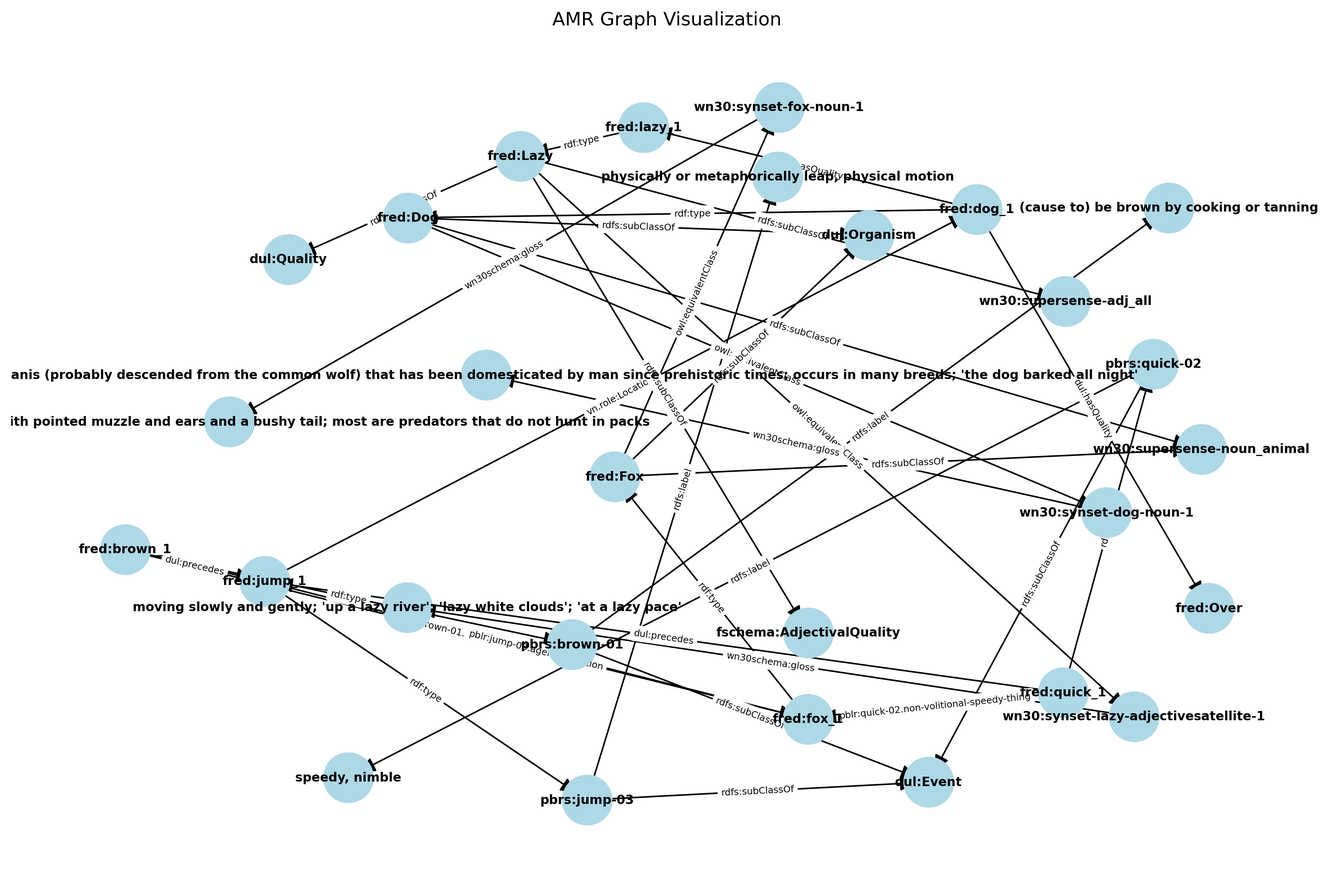
This is examples/check.png from infovillasimius/py_amr2fred, a Graphviz export, as it was before one commit. Its source is kept beside it as examples/check.dot.
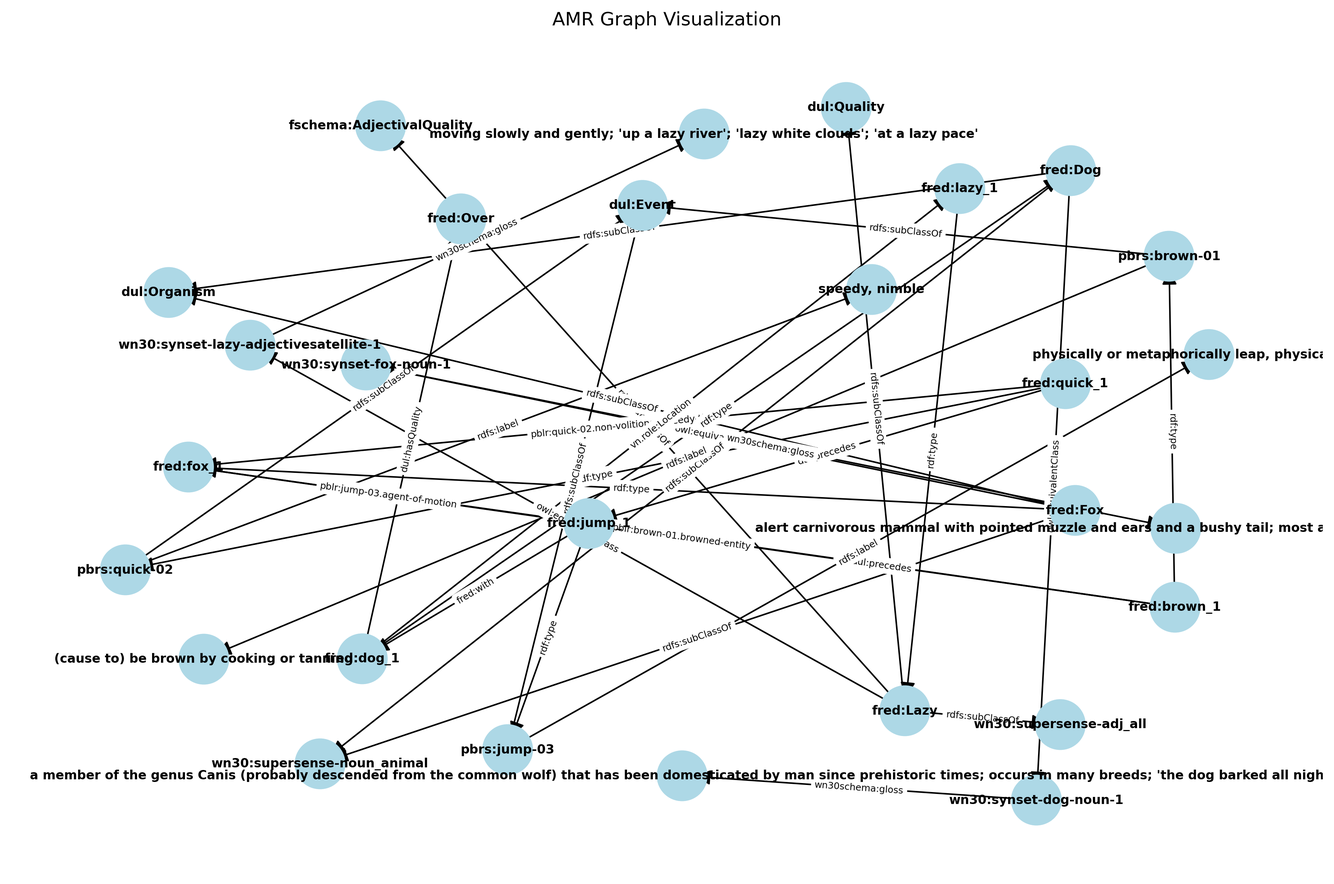
The same file after the commit.

Change to the diagram source:
```diff
@@ -1,102 +1,100 @@
-digraph {
- charset="utf-8"
+digraph {\n charset="utf-8" \n"fred:Lazy" [label="fred:Lazy", shape=box, color="0.5 0.3 0.5"];
+"wn30:supersense-adj_all" [label="wn30:supersense-adj_all", shape=box, color="1.0 0.3 0.7"];
+"fred:Lazy" -> "wn30:supersense-adj_all" [label="rdfs:subClassOf"];
+"fred:fox_1" [label="fred:fox_1", shape=box, color="0.5 0.3 0.5"];
+"fred:Fox" [label="fred:Fox", shape=box, color="0.5 0.3 0.5"];
+"fred:fox_1" -> "fred:Fox" [label="rdf:type"];
+"fred:jump_1" [label="fred:jump_1", shape=box, color="0.5 0.3 0.5"];
+"fred:fox_1" [label="fred:fox_1", shape=box, color="0.5 0.3 0.5"];
+"fred:jump_1" -> "fred:fox_1" [label="pblr:jump-03.agent-of-motion"];
+"fred:quick_1" [label="fred:quick_1", shape=box, color="0.5 0.3 0.5"];
+"fred:fox_1" [label="fred:fox_1", shape=box, color="0.5 0.3 0.5"];
+"fred:quick_1" -> "fred:fox_1" [label="pblr:quick-02.non-volitional-speedy-thing"];
+"fred:Fox" [label="fred:Fox", shape=box, color="0.5 0.3 0.5"];
+"wn30:supersense-noun_animal" [label="wn30:supersense-noun_animal", shape=box, color="1.0 0.3 0.7"];
+"fred:Fox" -> "wn30:supersense-noun_animal" [label="rdfs:subClassOf"];
+"fred:Dog" [label="fred:Dog", shape=box, color="0.5 0.3 0.5"];
+"dul:Organism" [label="dul:Organism", shape=box, color="1.0 0.3 0.7"];
+"fred:Dog" -> "dul:Organism" [label="rdfs:subClassOf"];
 "fred:dog_1" [label="fred:dog_1", shape=box, color="0.5 0.3 0.5"];
 "fred:Over" [label="fred:Over", shape=box, color="0.5 0.3 0.5"];
 "fred:dog_1" -> "fred:Over" [label="dul:hasQuality"];
+"wn30:synset-lazy-adjectivesatellite-1" [label="wn30:synset-lazy-adjectivesatellite-1", shape=box, color="1.0 0.3 0.7"];
+"moving slowly and gently; 'up a lazy river'; 'lazy white clouds'; 'at a lazy pace'" [label="moving slowly and gently; 'up a lazy river'; 'lazy white clouds'; 'at a lazy pace'", shape=box, color="1.0 0.3 0.7"];
+"wn30:synset-lazy-adjectivesatellite-1" -> "moving slowly and gently; 'up a lazy river'; 'lazy white clouds'; 'at a lazy pace'" [label="wn30schema:gloss"];
+"fred:Lazy" [label="fred:Lazy", shape=box, color="0.5 0.3 0.5"];
+"wn30:synset-lazy-adjectivesatellite-1" [label="wn30:synset-lazy-adjectivesatellite-1", shape=box, color="1.0 0.3 0.7"];
+"fred:Lazy" -> "wn30:synset-lazy-adjectivesatellite-1" [label="owl:equivalentClass"];
+"pbrs:quick-02" [label="pbrs:quick-02", shape=box, color="1.0 0.3 0.7"];
+"speedy, nimble" [label="speedy, nimble", shape=box, color="1.0 0.3 0.7"];
+"pbrs:quick-02" -> "speedy, nimble" [label="rdfs:label"];
+"fred:Lazy" [label="fred:Lazy", shape=box, color="0.5 0.3 0.5"];
+"dul:Quality" [label="dul:Quality", shape=box, color="1.0 0.3 0.7"];
+"fred:Lazy" -> "dul:Quality" [label="rdfs:subClassOf"];
+"pbrs:brown-01" [label="pbrs:brown-01", shape=box, color="1.0 0.3 0.7"];
+"(cause to) be brown by cooking or tanning" [label="(cause to) be brown by cooking or tanning", shape=box, color="1.0 0.3 0.7"];
+"pbrs:brown-01" -> "(cause to) be brown by cooking or tanning" [label="rdfs:label"];
+"wn30:synset-fox-noun-1" [label="wn30:synset-fox-noun-1", shape=box, color="1.0 0.3 0.7"];
+"alert carnivorous mammal with pointed muzzle and ears and a bushy tail; most are predators that do not hunt in packs" [label="alert carnivorous mammal with pointed muzzle and ears and a bushy tail; most are predators that do not hunt in packs", shape=box, color="1.0 0.3 0.7"];
+"wn30:synset-fox-noun-1" -> "alert carnivorous mammal with pointed muzzle and ears and a bushy tail; most are predators that do not hunt in packs" [label="wn30schema:gloss"];
+"fred:brown_1" [label="fred:brown_1", shape=box, color="0.5 0.3 0.5"];
+"fred:jump_1" [label="fred:jump_1", shape=box, color="0.5 0.3 0.5"];
+"fred:brown_1" -> "fred:jump_1" [label="dul:precedes"];
+"fred:jump_1" [label="fred:jump_1", shape=box, color="0.5 0.3 0.5"];
+"fred:dog_1" [label="fred:dog_1", shape=box, color="0.5 0.3 0.5"];
+"fred:jump_1" -> "fred:dog_1" [label="fred:with"];
+"pbrs:quick-02" [label="pbrs:quick-02", shape=box, color="1.0 0.3 0.7"];
+"dul:Event" [label="dul:Event", shape=box, color="1.0 0.3 0.7"];
+"pbrs:quick-02" -> "dul:Event" [label="rdfs:subClassOf"];
+"fred:dog_1" [label="fred:dog_1", shape=box, color="0.5 0.3 0.5"];
+"fred:Dog" [label="fred:Dog", shape=box, color="0.5 0.3 0.5"];
+"fred:dog_1" -> "fred:Dog" [label="rdf:type"];
+"wn30:synset-dog-noun-1" [label="wn30:synset-dog-noun-1", shape=box, color="1.0 0.3 0.7"];
+"a member of the genus Canis (probably descended from the common wolf) that has been domesticated by man since prehistoric times; occurs in many breeds; 'the dog barked all night'" [label="a member of the genus Canis (probably descended from the common wolf) that has been domesticated by man since prehistoric times; occurs in many breeds; 'the dog barked all night'", shape=box, color="1.0 0.3 0.7"];
+"wn30:synset-dog-noun-1" -> "a member of the genus Canis (probably descended from the common wolf) that has been domesticated by man since prehistoric times; occurs in many breeds; 'the dog barked all night'" [label="wn30schema:gloss"];
 "fred:brown_1" [label="fred:brown_1", shape=box, color="0.5 0.3 0.5"];
 "pbrs:brown-01" [label="pbrs:brown-01", shape=box, color="1.0 0.3 0.7"];
 "fred:brown_1" -> "pbrs:brown-01" [label="rdf:type"];
+"fred:Fox" [label="fred:Fox", shape=box, color="0.5 0.3 0.5"];
+"dul:Organism" [label="dul:Organism", shape=box, color="1.0 0.3 0.7"];
+"fred:Fox" -> "dul:Organism" [label="rdfs:subClassOf"];
+"pbrs:brown-01" [label="pbrs:brown-01", shape=box, color="1.0 0.3 0.7"];
+"dul:Event" [label="dul:Event", shape=box, color="1.0 0.3 0.7"];
+"pbrs:brown-01" -> "dul:Event" [label="rdfs:subClassOf"];
+"fred:jump_1" [label="fred:jump_1", shape=box, color="0.5 0.3 0.5"];
+"pbrs:jump-03" [label="pbrs:jump-03", shape=box, color="1.0 0.3 0.7"];
+"fred:jump_1" -> "pbrs:jump-03" [label="rdf:type"];
+"fred:Dog" [label="fred:Dog", shape=box, color="0.5 0.3 0.5"];
+"wn30:supersense-noun_animal" [label="wn30:supersense-noun_animal", shape=box, color="1.0 0.3 0.7"];
+"fred:Dog" -> "wn30:supersense-noun_animal" [label="rdfs:subClassOf"];
+"fred:Lazy" [label="fred:Lazy", shape=box, color="0.5 0.3 0.5"];
+"fschema:AdjectivalQuality" [label="fschema:AdjectivalQuality", shape=box, color="1.0 0.3 0.7"];
+"fred:Lazy" -> "fschema:AdjectivalQuality" [label="rdfs:subClassOf"];
+"pbrs:jump-03" [label="pbrs:jump-03", shape=box, color="1.0 0.3 0.7"];
+"dul:Event" [label="dul:Event", shape=box, color="1.0 0.3 0.7"];
+"pbrs:jump-03" -> "dul:Event" [label="rdfs:subClassOf"];
 "fred:brown_1" [label="fred:brown_1", shape=box, color="0.5 0.3 0.5"];
 "fred:fox_1" [label="fred:fox_1", shape=box, color="0.5 0.3 0.5"];
 "fred:brown_1" -> "fred:fox_1" [label="pblr:brown-01.browned-entity"];
-"fred:Dog" [label="fred:Dog", shape=box, color="0.5 0.3 0.5"];
-"dul:Organism" [label="dul:Organism", shape=box, color="1.0 0.3 0.7"];
-"fred:Dog" -> "dul:Organism" [label="rdfs:subClassOf"];
-"pbrs:jump-03" [label="pbrs:jump-03", shape=box, color="1.0 0.3 0.7"];
-"physically or metaphorically leap, physical motion" [label="physically or metaphorically leap, physical motion", shape=box, color="1.0 0.3 0.7"];
-"pbrs:jump-03" -> "physically or metaphorically leap, physical motion" [label="rdfs:label"];
 "fred:dog_1" [label="fred:dog_1", shape=box, color="0.5 0.3 0.5"];
 "fred:lazy_1" [label="fred:lazy_1", shape=box, color="0.5 0.3 0.5"];
-"fred:dog_1" -> "fred:lazy_1" [label="dul:hasQuality"];
-"fred:jump_1" [label="fred:jump_1", shape=box, color="0.5 0.3 0.5"];
-"pbrs:jump-03" [label="pbrs:jump-03", shape=box, color="1.0 0.3 0.7"];
-"fred:jump_1" -> "pbrs:jump-03" [label="rdf:type"];
-"wn30:synset-fox-noun-1" [label="wn30:synset-fox-noun-1", shape=box, color="1.0 0.3 0.7"];
-"alert carnivorous mammal with pointed muzzle and ears and a bushy tail; most are predators that do not hunt in packs" [label="alert carnivorous mammal with pointed muzzle and ears and a bushy tail; most are predators that do not hunt in packs", shape=box, color="1.0 0.3 0.7"];
-"wn30:synset-fox-noun-1" -> "alert carnivorous mammal with pointed muzzle and ears and a bushy tail; most are predators that do not hunt in packs" [label="wn30schema:gloss"];
-"fred:Dog" [label="fred:Dog", shape=box, color="0.5 0.3 0.5"];
-"wn30:supersense-noun_animal" [label="wn30:supersense-noun_animal", shape=box, color="1.0 0.3 0.7"];
-"fred:Dog" -> "wn30:supersense-noun_animal" [label="rdfs:subClassOf"];
-"fred:Fox" [label="fred:Fox", shape=box, color="0.5 0.3 0.5"];
-"dul:Organism" [label="dul:Organism", shape=box, color="1.0 0.3 0.7"];
-"fred:Fox" -> "dul:Organism" [label="rdfs:subClassOf"];
-"fred:Lazy" [label="fred:Lazy", shape=box, color="0.5 0.3 0.5"];
-"wn30:supersense-adj_all" [label="wn30:supersense-adj_all", shape=box, color="1.0 0.3 0.7"];
-"fred:Lazy" -> "wn30:supersense-adj_all" [label="rdfs:subClassOf"];
-"pbrs:jump-03" [label="pbrs:jump-03", shape=box, color="1.0 0.3 0.7"];
-"dul:Event" [label="dul:Event", shape=box, color="1.0 0.3 0.7"];
-"pbrs:jump-03" -> "dul:Event" [label="rdfs:subClassOf"];
-"pbrs:quick-02" [label="pbrs:quick-02", shape=box, color="1.0 0.3 0.7"];
-"dul:Event" [label="dul:Event", shape=box, color="1.0 0.3 0.7"];
-"pbrs:quick-02" -> "dul:Event" [label="rdfs:subClassOf"];
-"fred:quick_1" [label="fred:quick_1", shape=box, color="0.5 0.3 0.5"];
-"fred:jump_1" [label="fred:jump_1", shape=box, color="0.5 0.3 0.5"];
-"fred:quick_1" -> "fred:jump_1" [label="dul:precedes"];
-"fred:Fox" [label="fred:Fox", shape=box, color="0.5 0.3 0.5"];
-"wn30:supersense-noun_animal" [label="wn30:supersense-noun_animal", shape=box, color="1.0 0.3 0.7"];
-"fred:Fox" -> "wn30:supersense-noun_animal" [label="rdfs:subClassOf"];
-"fred:Lazy" [label="fred:Lazy", shape=box, color="0.5 0.3 0.5"];
-"fschema:AdjectivalQuality" [label="fschema:AdjectivalQuality", shape=box, color="1.0 0.3 0.7"];
-"fred:Lazy" -> "fschema:AdjectivalQuality" [label="rdfs:subClassOf"];
+"fred:dog_1" -> "fred:lazy_1" [label="vn.role:Location"];
 "fred:Fox" [label="fred:Fox", shape=box, color="0.5 0.3 0.5"];
 "wn30:synset-fox-noun-1" [label="wn30:synset-fox-noun-1", shape=box, color="1.0 0.3 0.7"];
 "fred:Fox" -> "wn30:synset-fox-noun-1" [label="owl:equivalentClass"];
 "fred:Dog" [label="fred:Dog", shape=box, color="0.5 0.3 0.5"];
 "wn30:synset-dog-noun-1" [label="wn30:synset-dog-noun-1", shape=box, color="1.0 0.3 0.7"];
 "fred:Dog" -> "wn30:synset-dog-noun-1" [label="owl:equivalentClass"];
-"pbrs:brown-01" [label="pbrs:brown-01", shape=box, color="1.0 0.3 0.7"];
-"(cause to) be brown by cooking or tanning" [label="(cause to) be brown by cooking or tanning", shape=box, color="1.0 0.3 0.7"];
-"pbrs:brown-01" -> "(cause to) be brown by cooking or tanning" [label="rdfs:label"];
-"fred:fox_1" [label="fred:fox_1", shape=box, color="0.5 0.3 0.5"];
-"fred:Fox" [label="fred:Fox", shape=box, color="0.5 0.3 0.5"];
-"fred:fox_1" -> "fred:Fox" [label="rdf:type"];
+"pbrs:jump-03" [label="pbrs:jump-03", shape=box, color="1.0 0.3 0.7"];
+"physically or metaphorically leap, physical motion" [label="physically or metaphorically leap, physical motion", shape=box, color="1.0 0.3 0.7"];
+"pbrs:jump-03" -> "physically or metaphorically leap, physical motion" [label="rdfs:label"];
+"fred:lazy_1" [label="fred:lazy_1", shape=box, color="0.5 0.3 0.5"];
 "fred:Lazy" [label="fred:Lazy", shape=box, color="0.5 0.3 0.5"];
-"wn30:synset-lazy-adjectivesatellite-1" [label="wn30:synset-lazy-adjectivesatellite-1", shape=box, color="1.0 0.3 0.7"];
-"fred:Lazy" -> "wn30:synset-lazy-adjectivesatellite-1" [label="owl:equivalentClass"];
+"fred:lazy_1" -> "fred:Lazy" [label="rdf:type"];
+"fred:quick_1" [label="fred:quick_1", shape=box, color="0.5 0.3 0.5"];
+"fred:jump_1" [label="fred:jump_1", shape=box, color="0.5 0.3 0.5"];
+"fred:quick_1" -> "fred:jump_1" [label="dul:precedes"];
 "fred:quick_1" [label="fred:quick_1", shape=box, color="0.5 0.3 0.5"];
 "pbrs:quick-02" [label="pbrs:quick-02", shape=box, color="1.0 0.3 0.7"];
 "fred:quick_1" -> "pbrs:quick-02" [label="rdf:type"];
-"pbrs:brown-01" [label="pbrs:brown-01", shape=box, color="1.0 0.3 0.7"];
-"dul:Event" [label="dul:Event", shape=box, color="1.0 0.3 0.7"];
-"pbrs:brown-01" -> "dul:Event" [label="rdfs:subClassOf"];
-"fred:Lazy" [label="fred:Lazy", shape=box, color="0.5 0.3 0.5"];
-"dul:Quality" [label="dul:Quality", shape=box, color="1.0 0.3 0.7"];
-"fred:Lazy" -> "dul:Quality" [label="rdfs:subClassOf"];
-"fred:jump_1" [label="fred:jump_1", shape=box, color="0.5 0.3 0.5"];
-"fred:fox_1" [label="fred:fox_1", shape=box, color="0.5 0.3 0.5"];
-"fred:jump_1" -> "fred:fox_1" [label="pblr:jump-03.agent-of-motion"];
-"fred:quick_1" [label="fred:quick_1", shape=box, color="0.5 0.3 0.5"];
-"fred:fox_1" [label="fred:fox_1", shape=box, color="0.5 0.3 0.5"];
-"fred:quick_1" -> "fred:fox_1" [label="pblr:quick-02.non-volitional-speedy-thing"];
-"fred:dog_1" [label="fred:dog_1", shape=box, color="0.5 0.3 0.5"];
-"fred:Dog" [label="fred:Dog", shape=box, color="0.5 0.3 0.5"];
-"fred:dog_1" -> "fred:Dog" [label="rdf:type"];
-"pbrs:quick-02" [label="pbrs:quick-02", shape=box, color="1.0 0.3 0.7"];
-"speedy, nimble" [label="speedy, nimble", shape=box, color="1.0 0.3 0.7"];
-"pbrs:quick-02" -> "speedy, nimble" [label="rdfs:label"];
-"wn30:synset-lazy-adjectivesatellite-1" [label="wn30:synset-lazy-adjectivesatellite-1", shape=box, color="1.0 0.3 0.7"];
-"moving slowly and gently; 'up a lazy river'; 'lazy white clouds'; 'at a lazy pace'" [label="moving slowly and gently; 'up a lazy river'; 'lazy white clouds'; 'at a lazy pace'", shape=box, color="1.0 0.3 0.7"];
-"wn30:synset-lazy-adjectivesatellite-1" -> "moving slowly and gently; 'up a lazy river'; 'lazy white clouds'; 'at a lazy pace'" [label="wn30schema:gloss"];
-"fred:lazy_1" [label="fred:lazy_1", shape=box, color="0.5 0.3 0.5"];
-"fred:Lazy" [label="fred:Lazy", shape=box, color="0.5 0.3 0.5"];
-"fred:lazy_1" -> "fred:Lazy" [label="rdf:type"];
-"fred:brown_1" [label="fred:brown_1", shape=box, color="0.5 0.3 0.5"];
-"fred:jump_1" [label="fred:jump_1", shape=box, color="0.5 0.3 0.5"];
-"fred:brown_1" -> "fred:jump_1" [label="dul:precedes"];
-"fred:jump_1" [label="fred:jump_1", shape=box, color="0.5 0.3 0.5"];
-"fred:dog_1" [label="fred:dog_1", shape=box, color="0.5 0.3 0.5"];
-"fred:jump_1" -> "fred:dog_1" [label="vn.role:Location"];
-"wn30:synset-dog-noun-1" [label="wn30:synset-dog-noun-1", shape=box, color="1.0 0.3 0.7"];
-"a member of the genus Canis (probably descended from the common wolf) that has been domesticated by man since prehistoric times; occurs in many breeds; 'the dog barked all night'" [label="a member of the genus Canis (probably descended from the common wolf) that has been domesticated by man since prehistoric times; occurs in many breeds; 'the dog barked all night'", shape=box, color="1.0 0.3 0.7"];
-"wn30:synset-dog-noun-1" -> "a member of the genus Canis (probably descended from the common wolf) that has been domesticated by man since prehistoric times; occurs in many breeds; 'the dog barked all night'" [label="wn30schema:gloss"];
 }
```
